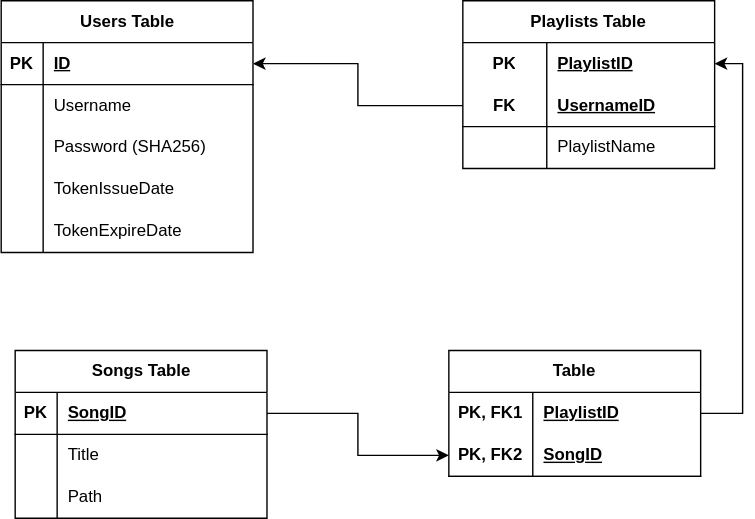
This is CUNTMUSIC-DB-Diagram.svg from ShaharBrandman/CUNTMUSIC-API, a draw.io export, as it was before one commit. Source tidied: cells renumbered, new cells last; positions are measured from the earlier drawing's top-left corner, leaving out a move shared by most shapes. The source it was exported from:
```xml
<mxGraphModel>
  <root>
    <mxCell id="0" />
    <mxCell id="1" parent="0" />
    <mxCell id="2" value="Users Table" style="shape=table;startSize=30;rowLines=0;fontStyle=1;align=center;html=1;" parent="1" vertex="1">
      <mxGeometry width="180" height="180" as="geometry" />
    </mxCell>
    <mxCell id="3" style="shape=tableRow;horizontal=0;startSize=0;swimlaneHead=0;swimlaneBody=0;fillColor=none;points=[[0,0.5],[1,0.5]];portConstraint=eastwest;top=0;left=0;right=0;bottom=1;" parent="2" vertex="1">
      <mxGeometry y="30" width="180" height="30" as="geometry" />
    </mxCell>
    <mxCell id="4" value="PK" style="shape=partialRectangle;fillColor=none;top=0;left=0;bottom=0;right=0;fontStyle=1;overflow=hidden;whiteSpace=wrap;html=1;" parent="3" vertex="1">
      <mxGeometry width="30" height="30" as="geometry" />
    </mxCell>
    <mxCell id="5" value="ID" style="shape=partialRectangle;fillColor=none;top=0;left=0;bottom=0;right=0;align=left;spacingLeft=6;fontStyle=5;overflow=hidden;whiteSpace=wrap;html=1;" parent="3" vertex="1">
      <mxGeometry x="30" width="150" height="30" as="geometry" />
    </mxCell>
    <mxCell id="6" style="shape=tableRow;horizontal=0;startSize=0;swimlaneHead=0;swimlaneBody=0;fillColor=none;top=0;left=0;right=0;bottom=0;" parent="2" vertex="1">
      <mxGeometry y="60" width="180" height="30" as="geometry" />
    </mxCell>
    <mxCell id="7" style="shape=partialRectangle;fillColor=none;top=0;left=0;bottom=0;right=0;overflow=hidden;whiteSpace=wrap;html=1;" parent="6" vertex="1">
      <mxGeometry width="30" height="30" as="geometry" />
    </mxCell>
    <mxCell id="8" value="Username" style="shape=partialRectangle;fillColor=none;top=0;left=0;bottom=0;right=0;align=left;spacingLeft=6;overflow=hidden;whiteSpace=wrap;html=1;" parent="6" vertex="1">
      <mxGeometry x="30" width="150" height="30" as="geometry" />
    </mxCell>
    <mxCell id="9" style="shape=tableRow;horizontal=0;startSize=0;swimlaneHead=0;swimlaneBody=0;fillColor=none;top=0;left=0;right=0;bottom=0;" parent="2" vertex="1">
      <mxGeometry y="90" width="180" height="30" as="geometry" />
    </mxCell>
    <mxCell id="10" style="shape=partialRectangle;fillColor=none;top=0;left=0;bottom=0;right=0;overflow=hidden;whiteSpace=wrap;html=1;" parent="9" vertex="1">
      <mxGeometry width="30" height="30" as="geometry" />
    </mxCell>
    <mxCell id="11" value="Password (SHA256)" style="shape=partialRectangle;fillColor=none;top=0;left=0;bottom=0;right=0;align=left;spacingLeft=6;overflow=hidden;whiteSpace=wrap;html=1;" parent="9" vertex="1">
      <mxGeometry x="30" width="150" height="30" as="geometry" />
    </mxCell>
    <mxCell id="12" style="shape=tableRow;horizontal=0;startSize=0;swimlaneHead=0;swimlaneBody=0;fillColor=none;top=0;left=0;right=0;bottom=0;" parent="2" vertex="1">
      <mxGeometry y="120" width="180" height="30" as="geometry" />
    </mxCell>
    <mxCell id="13" style="shape=partialRectangle;fillColor=none;top=0;left=0;bottom=0;right=0;overflow=hidden;whiteSpace=wrap;html=1;" parent="12" vertex="1">
      <mxGeometry width="30" height="30" as="geometry" />
    </mxCell>
    <mxCell id="14" value="TokenIssueDate" style="shape=partialRectangle;fillColor=none;top=0;left=0;bottom=0;right=0;align=left;spacingLeft=6;overflow=hidden;whiteSpace=wrap;html=1;" parent="12" vertex="1">
      <mxGeometry x="30" width="150" height="30" as="geometry" />
    </mxCell>
    <mxCell id="15" style="shape=tableRow;horizontal=0;startSize=0;swimlaneHead=0;swimlaneBody=0;fillColor=none;top=0;left=0;right=0;bottom=0;" parent="2" vertex="1">
      <mxGeometry y="150" width="180" height="30" as="geometry" />
    </mxCell>
    <mxCell id="16" style="shape=partialRectangle;fillColor=none;top=0;left=0;bottom=0;right=0;overflow=hidden;whiteSpace=wrap;html=1;" parent="15" vertex="1">
      <mxGeometry width="30" height="30" as="geometry" />
    </mxCell>
    <mxCell id="17" value="TokenExpireDate" style="shape=partialRectangle;fillColor=none;top=0;left=0;bottom=0;right=0;align=left;spacingLeft=6;overflow=hidden;whiteSpace=wrap;html=1;" parent="15" vertex="1">
      <mxGeometry x="30" width="150" height="30" as="geometry" />
    </mxCell>
    <mxCell id="18" value="Playlists Table" style="shape=table;startSize=30;rowLines=0;fontStyle=1;align=center;html=1;whiteSpace=wrap;strokeColor=default;verticalAlign=middle;fontFamily=Helvetica;fontSize=12;fontColor=default;fillColor=none;" parent="1" vertex="1">
      <mxGeometry x="330" width="180" height="120" as="geometry" />
    </mxCell>
    <mxCell id="19" style="shape=tableRow;horizontal=0;startSize=0;swimlaneHead=0;swimlaneBody=0;fillColor=none;points=[[0,0.5],[1,0.5]];portConstraint=eastwest;top=0;left=0;right=0;bottom=0;html=1;strokeColor=default;align=center;verticalAlign=middle;fontFamily=Helvetica;fontSize=12;fontColor=default;" parent="18" vertex="1">
      <mxGeometry y="30" width="180" height="30" as="geometry" />
    </mxCell>
    <mxCell id="20" value="PK" style="shape=partialRectangle;fillColor=none;top=0;left=0;bottom=0;right=0;fontStyle=1;overflow=hidden;html=1;whiteSpace=wrap;strokeColor=default;align=center;verticalAlign=middle;fontFamily=Helvetica;fontSize=12;fontColor=default;" parent="19" vertex="1">
      <mxGeometry width="60" height="30" as="geometry" />
    </mxCell>
    <mxCell id="21" value="PlaylistID" style="shape=partialRectangle;fillColor=none;top=0;left=0;bottom=0;right=0;align=left;spacingLeft=6;fontStyle=5;overflow=hidden;html=1;whiteSpace=wrap;strokeColor=default;verticalAlign=middle;fontFamily=Helvetica;fontSize=12;fontColor=default;" parent="19" vertex="1">
      <mxGeometry x="60" width="120" height="30" as="geometry" />
    </mxCell>
    <mxCell id="22" style="shape=tableRow;horizontal=0;startSize=0;swimlaneHead=0;swimlaneBody=0;fillColor=none;points=[[0,0.5],[1,0.5]];portConstraint=eastwest;top=0;left=0;right=0;bottom=1;html=1;strokeColor=default;align=center;verticalAlign=middle;fontFamily=Helvetica;fontSize=12;fontColor=default;" parent="18" vertex="1">
      <mxGeometry y="60" width="180" height="30" as="geometry" />
    </mxCell>
    <mxCell id="23" value="FK" style="shape=partialRectangle;fillColor=none;top=0;left=0;bottom=0;right=0;fontStyle=1;overflow=hidden;html=1;whiteSpace=wrap;strokeColor=default;align=center;verticalAlign=middle;fontFamily=Helvetica;fontSize=12;fontColor=default;" parent="22" vertex="1">
      <mxGeometry width="60" height="30" as="geometry" />
    </mxCell>
    <mxCell id="24" value="UsernameID" style="shape=partialRectangle;fillColor=none;top=0;left=0;bottom=0;right=0;align=left;spacingLeft=6;fontStyle=5;overflow=hidden;html=1;whiteSpace=wrap;strokeColor=default;verticalAlign=middle;fontFamily=Helvetica;fontSize=12;fontColor=default;" parent="22" vertex="1">
      <mxGeometry x="60" width="120" height="30" as="geometry" />
    </mxCell>
    <mxCell id="25" style="shape=tableRow;horizontal=0;startSize=0;swimlaneHead=0;swimlaneBody=0;fillColor=none;top=0;left=0;right=0;bottom=0;html=1;strokeColor=default;align=center;verticalAlign=middle;fontFamily=Helvetica;fontSize=12;fontColor=default;" parent="18" vertex="1">
      <mxGeometry y="90" width="180" height="30" as="geometry" />
    </mxCell>
    <mxCell id="26" style="shape=partialRectangle;fillColor=none;top=0;left=0;bottom=0;right=0;overflow=hidden;html=1;whiteSpace=wrap;strokeColor=default;align=center;verticalAlign=middle;fontFamily=Helvetica;fontSize=12;fontColor=default;" parent="25" vertex="1">
      <mxGeometry width="60" height="30" as="geometry" />
    </mxCell>
    <mxCell id="27" value="PlaylistName" style="shape=partialRectangle;fillColor=none;top=0;left=0;bottom=0;right=0;align=left;spacingLeft=6;overflow=hidden;html=1;whiteSpace=wrap;strokeColor=default;verticalAlign=middle;fontFamily=Helvetica;fontSize=12;fontColor=default;" parent="25" vertex="1">
      <mxGeometry x="60" width="120" height="30" as="geometry" />
    </mxCell>
    <mxCell id="28" style="edgeStyle=orthogonalEdgeStyle;rounded=0;jettySize=auto;html=1;entryX=1;entryY=0.5;entryDx=0;entryDy=0;fontFamily=Helvetica;fontSize=12;fontColor=default;" parent="1" edge="1" source="22" target="3">
      <mxGeometry relative="1" as="geometry" />
    </mxCell>
    <mxCell id="29" value="Songs Table" style="shape=table;startSize=30;rowLines=0;fontStyle=1;align=center;html=1;strokeColor=default;verticalAlign=middle;fontFamily=Helvetica;fontSize=12;fontColor=default;fillColor=none;" parent="1" vertex="1">
      <mxGeometry x="10" y="250" width="180" height="120" as="geometry" />
    </mxCell>
    <mxCell id="30" style="shape=tableRow;horizontal=0;startSize=0;swimlaneHead=0;swimlaneBody=0;fillColor=none;points=[[0,0.5],[1,0.5]];portConstraint=eastwest;top=0;left=0;right=0;bottom=1;strokeColor=default;align=center;verticalAlign=middle;fontFamily=Helvetica;fontSize=12;fontColor=default;" parent="29" vertex="1">
      <mxGeometry y="30" width="180" height="30" as="geometry" />
    </mxCell>
    <mxCell id="31" value="PK" style="shape=partialRectangle;fillColor=none;top=0;left=0;bottom=0;right=0;fontStyle=1;overflow=hidden;whiteSpace=wrap;html=1;strokeColor=default;align=center;verticalAlign=middle;fontFamily=Helvetica;fontSize=12;fontColor=default;" parent="30" vertex="1">
      <mxGeometry width="30" height="30" as="geometry" />
    </mxCell>
    <mxCell id="32" value="SongID" style="shape=partialRectangle;fillColor=none;top=0;left=0;bottom=0;right=0;align=left;spacingLeft=6;fontStyle=5;overflow=hidden;whiteSpace=wrap;html=1;strokeColor=default;verticalAlign=middle;fontFamily=Helvetica;fontSize=12;fontColor=default;" parent="30" vertex="1">
      <mxGeometry x="30" width="150" height="30" as="geometry" />
    </mxCell>
    <mxCell id="33" style="shape=tableRow;horizontal=0;startSize=0;swimlaneHead=0;swimlaneBody=0;fillColor=none;top=0;left=0;right=0;bottom=0;strokeColor=default;align=center;verticalAlign=middle;fontFamily=Helvetica;fontSize=12;fontColor=default;" parent="29" vertex="1">
      <mxGeometry y="60" width="180" height="30" as="geometry" />
    </mxCell>
    <mxCell id="34" style="shape=partialRectangle;fillColor=none;top=0;left=0;bottom=0;right=0;overflow=hidden;whiteSpace=wrap;html=1;strokeColor=default;align=center;verticalAlign=middle;fontFamily=Helvetica;fontSize=12;fontColor=default;" parent="33" vertex="1">
      <mxGeometry width="30" height="30" as="geometry" />
    </mxCell>
    <mxCell id="35" value="Title" style="shape=partialRectangle;fillColor=none;top=0;left=0;bottom=0;right=0;align=left;spacingLeft=6;overflow=hidden;whiteSpace=wrap;html=1;strokeColor=default;verticalAlign=middle;fontFamily=Helvetica;fontSize=12;fontColor=default;" parent="33" vertex="1">
      <mxGeometry x="30" width="150" height="30" as="geometry" />
    </mxCell>
    <mxCell id="36" style="shape=tableRow;horizontal=0;startSize=0;swimlaneHead=0;swimlaneBody=0;fillColor=none;top=0;left=0;right=0;bottom=0;strokeColor=default;align=center;verticalAlign=middle;fontFamily=Helvetica;fontSize=12;fontColor=default;" parent="29" vertex="1">
      <mxGeometry y="90" width="180" height="30" as="geometry" />
    </mxCell>
    <mxCell id="37" style="shape=partialRectangle;fillColor=none;top=0;left=0;bottom=0;right=0;overflow=hidden;whiteSpace=wrap;html=1;strokeColor=default;align=center;verticalAlign=middle;fontFamily=Helvetica;fontSize=12;fontColor=default;" parent="36" vertex="1">
      <mxGeometry width="30" height="30" as="geometry" />
    </mxCell>
    <mxCell id="38" value="Path" style="shape=partialRectangle;fillColor=none;top=0;left=0;bottom=0;right=0;align=left;spacingLeft=6;overflow=hidden;whiteSpace=wrap;html=1;strokeColor=default;verticalAlign=middle;fontFamily=Helvetica;fontSize=12;fontColor=default;" parent="36" vertex="1">
      <mxGeometry x="30" width="150" height="30" as="geometry" />
    </mxCell>
    <mxCell id="39" value="Table" style="shape=table;startSize=30;rowLines=0;fontStyle=1;align=center;html=1;whiteSpace=wrap;strokeColor=default;verticalAlign=middle;fontFamily=Helvetica;fontSize=12;fontColor=default;fillColor=none;" parent="1" vertex="1">
      <mxGeometry x="320" y="250" width="180" height="90" as="geometry" />
    </mxCell>
    <mxCell id="40" style="shape=tableRow;horizontal=0;startSize=0;swimlaneHead=0;swimlaneBody=0;fillColor=none;points=[[0,0.5],[1,0.5]];portConstraint=eastwest;top=0;left=0;right=0;bottom=0;html=1;strokeColor=default;align=center;verticalAlign=middle;fontFamily=Helvetica;fontSize=12;fontColor=default;" parent="39" vertex="1">
      <mxGeometry y="30" width="180" height="30" as="geometry" />
    </mxCell>
    <mxCell id="41" value="PK, FK1" style="shape=partialRectangle;fillColor=none;top=0;left=0;bottom=0;right=0;fontStyle=1;overflow=hidden;html=1;whiteSpace=wrap;strokeColor=default;align=center;verticalAlign=middle;fontFamily=Helvetica;fontSize=12;fontColor=default;" parent="40" vertex="1">
      <mxGeometry width="60" height="30" as="geometry" />
    </mxCell>
    <mxCell id="42" value="PlaylistID" style="shape=partialRectangle;fillColor=none;top=0;left=0;bottom=0;right=0;align=left;spacingLeft=6;fontStyle=5;overflow=hidden;html=1;whiteSpace=wrap;strokeColor=default;verticalAlign=middle;fontFamily=Helvetica;fontSize=12;fontColor=default;" parent="40" vertex="1">
      <mxGeometry x="60" width="120" height="30" as="geometry" />
    </mxCell>
    <mxCell id="43" style="shape=tableRow;horizontal=0;startSize=0;swimlaneHead=0;swimlaneBody=0;fillColor=none;points=[[0,0.5],[1,0.5]];portConstraint=eastwest;top=0;left=0;right=0;bottom=1;html=1;strokeColor=default;align=center;verticalAlign=middle;fontFamily=Helvetica;fontSize=12;fontColor=default;" parent="39" vertex="1">
      <mxGeometry y="60" width="180" height="30" as="geometry" />
    </mxCell>
    <mxCell id="44" value="PK, FK2" style="shape=partialRectangle;fillColor=none;top=0;left=0;bottom=0;right=0;fontStyle=1;overflow=hidden;html=1;whiteSpace=wrap;strokeColor=default;align=center;verticalAlign=middle;fontFamily=Helvetica;fontSize=12;fontColor=default;" parent="43" vertex="1">
      <mxGeometry width="60" height="30" as="geometry" />
    </mxCell>
    <mxCell id="45" value="SongID" style="shape=partialRectangle;fillColor=none;top=0;left=0;bottom=0;right=0;align=left;spacingLeft=6;fontStyle=5;overflow=hidden;html=1;whiteSpace=wrap;strokeColor=default;verticalAlign=middle;fontFamily=Helvetica;fontSize=12;fontColor=default;" parent="43" vertex="1">
      <mxGeometry x="60" width="120" height="30" as="geometry" />
    </mxCell>
    <mxCell id="46" style="edgeStyle=orthogonalEdgeStyle;rounded=0;jettySize=auto;html=1;entryX=1;entryY=0.5;entryDx=0;entryDy=0;fontFamily=Helvetica;fontSize=12;fontColor=default;" parent="1" edge="1" source="40" target="19">
      <mxGeometry relative="1" as="geometry" />
    </mxCell>
    <mxCell id="47" style="edgeStyle=orthogonalEdgeStyle;rounded=0;jettySize=auto;html=1;entryX=0;entryY=0.5;entryDx=0;entryDy=0;fontFamily=Helvetica;fontSize=12;fontColor=default;" parent="1" edge="1" source="30" target="43">
      <mxGeometry relative="1" as="geometry" />
    </mxCell>
  </root>
</mxGraphModel>
```
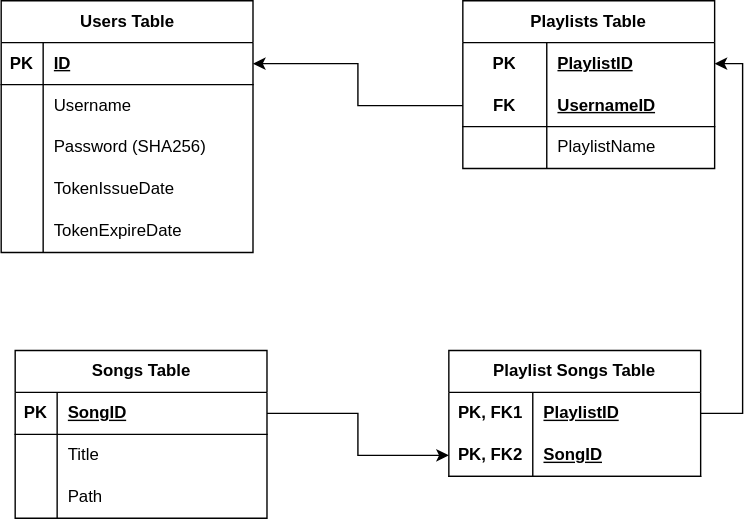
Later version of the same file.

The edit, as a diff of the source:
```diff
@@ -113,7 +113,7 @@
     <mxCell id="38" value="Path" style="shape=partialRectangle;fillColor=none;top=0;left=0;bottom=0;right=0;align=left;spacingLeft=6;overflow=hidden;whiteSpace=wrap;html=1;strokeColor=default;verticalAlign=middle;fontFamily=Helvetica;fontSize=12;fontColor=default;" parent="36" vertex="1">
       <mxGeometry x="30" width="150" height="30" as="geometry" />
     </mxCell>
-    <mxCell id="39" value="Table" style="shape=table;startSize=30;rowLines=0;fontStyle=1;align=center;html=1;whiteSpace=wrap;strokeColor=default;verticalAlign=middle;fontFamily=Helvetica;fontSize=12;fontColor=default;fillColor=none;" parent="1" vertex="1">
+    <mxCell id="39" value="Playlist Songs Table" style="shape=table;startSize=30;rowLines=0;fontStyle=1;align=center;html=1;whiteSpace=wrap;strokeColor=default;verticalAlign=middle;fontFamily=Helvetica;fontSize=12;fontColor=default;fillColor=none;" parent="1" vertex="1">
       <mxGeometry x="320" y="250" width="180" height="90" as="geometry" />
     </mxCell>
     <mxCell id="40" style="shape=tableRow;horizontal=0;startSize=0;swimlaneHead=0;swimlaneBody=0;fillColor=none;points=[[0,0.5],[1,0.5]];portConstraint=eastwest;top=0;left=0;right=0;bottom=0;html=1;strokeColor=default;align=center;verticalAlign=middle;fontFamily=Helvetica;fontSize=12;fontColor=default;" parent="39" vertex="1">
```
